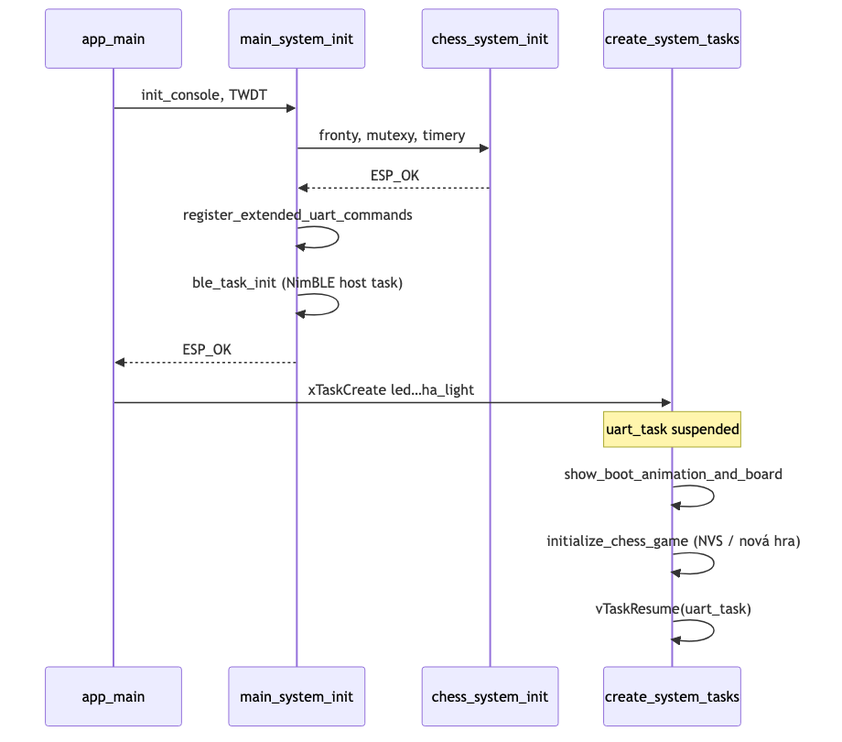
Earlier version of the Mermaid export docs/diagrams/boot_sequence.png (AlfredKrutina/chess_esp32_c6_devkit). Its source is kept beside it as docs/diagrams/sources/boot_sequence.mmd.
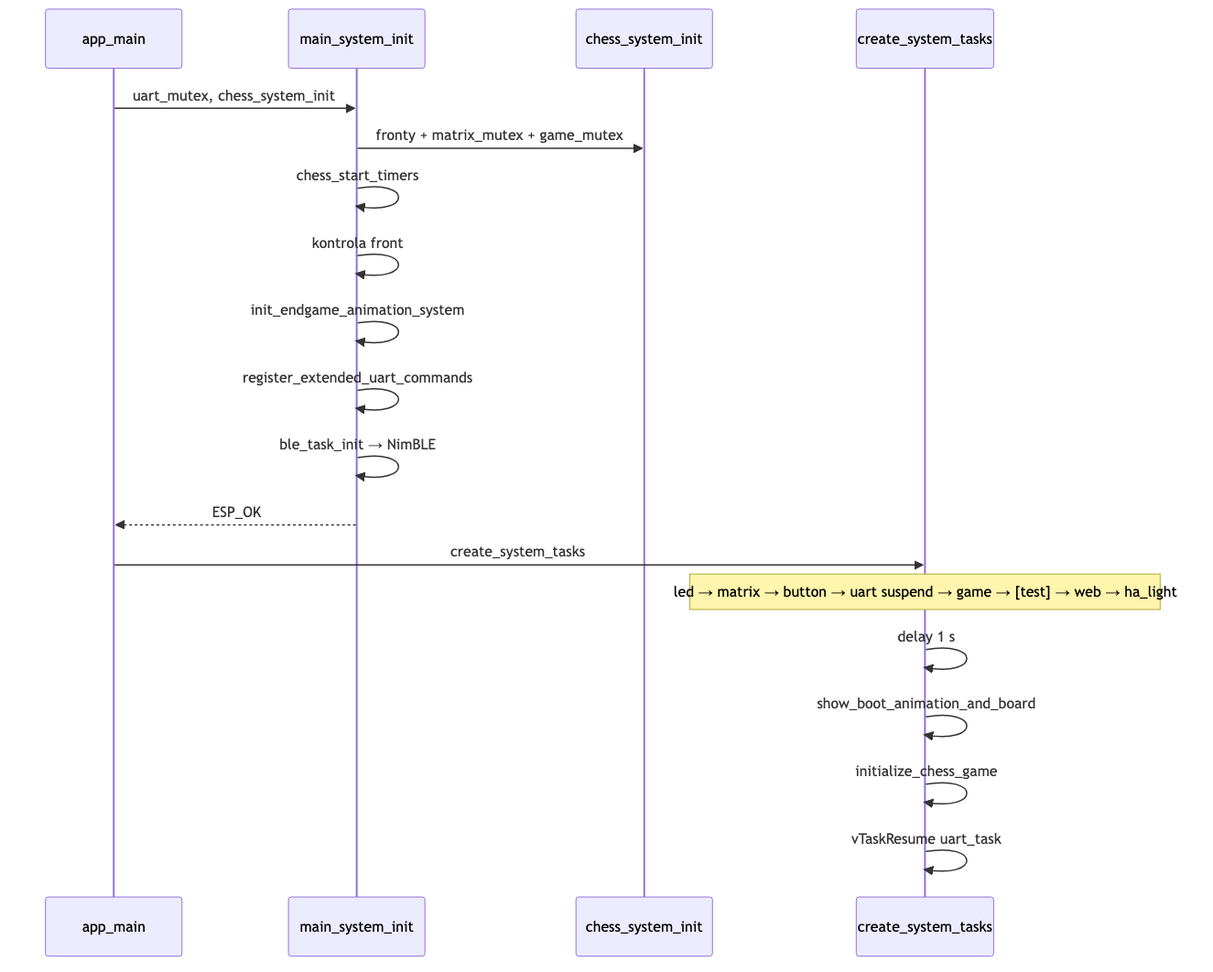
The same file after the commit.

Change to the diagram source:
```diff
@@ -1,18 +1,21 @@
 sequenceDiagram
   participant AM as app_main
   participant SYS as main_system_init
-  participant CH as chess_system_init
-  participant BT as create_system_tasks
+  participant FC as chess_system_init
+  participant CR as create_system_tasks
 
-  AM->>SYS: init_console, TWDT
-  SYS->>CH: fronty, mutexy, timery
-  CH-->>SYS: ESP_OK
+  AM->>SYS: uart_mutex, chess_system_init
+  SYS->>FC: fronty + matrix_mutex + game_mutex
+  SYS->>SYS: chess_start_timers
+  SYS->>SYS: kontrola front
+  SYS->>SYS: init_endgame_animation_system
   SYS->>SYS: register_extended_uart_commands
-  SYS->>SYS: ble_task_init (NimBLE host task)
+  SYS->>SYS: ble_task_init → NimBLE
   SYS-->>AM: ESP_OK
 
-  AM->>BT: xTaskCreate led…ha_light
-  Note over BT: uart_task suspended
-  BT->>BT: show_boot_animation_and_board
-  BT->>BT: initialize_chess_game (NVS / nová hra)
-  BT->>BT: vTaskResume(uart_task)
+  AM->>CR: create_system_tasks
+  Note over CR: led → matrix → button → uart suspend → game → [test] → web → ha_light
+  CR->>CR: delay 1 s
+  CR->>CR: show_boot_animation_and_board
+  CR->>CR: initialize_chess_game
+  CR->>CR: vTaskResume uart_task
```
